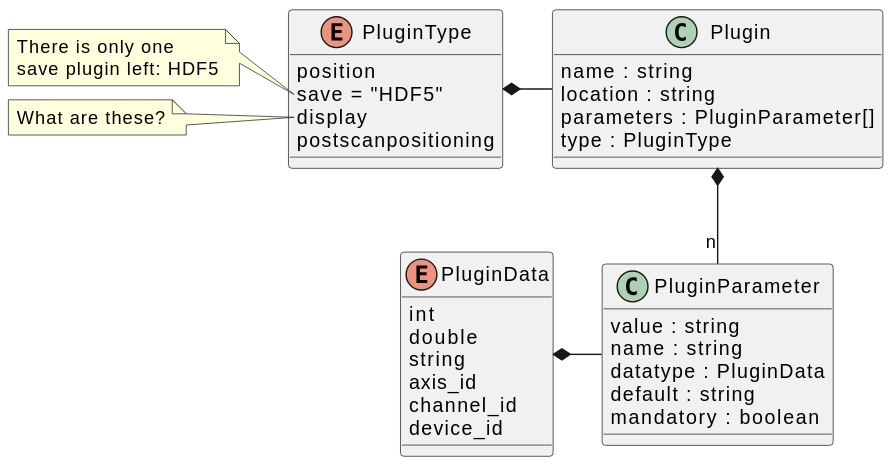
Above: docs/uml/evedata.scan.entities.plugin.svg in tillbiskup/evedata (PlantUML), before the change. The source it was exported from:
```plantuml
@startuml


class Plugin {
     name : string
     location : string
     parameters : PluginParameter[]
     type : PluginType
}

Plugin *-- "n" PluginParameter
PluginType *- Plugin

enum PluginType {
    position
    save = "HDF5"
    display
    postscanpositioning
}
note left of PluginType::save
    There is only one
    save plugin left: HDF5
end note
note left of PluginType::display
    What are these?
end note

enum PluginData {
    int
    double
    string
    axis_id
    channel_id
    device_id
}

class PluginParameter {
     value : string
     name : string
     datatype : PluginData
     default : string
     mandatory : boolean
}
PluginData *- PluginParameter
@enduml
```
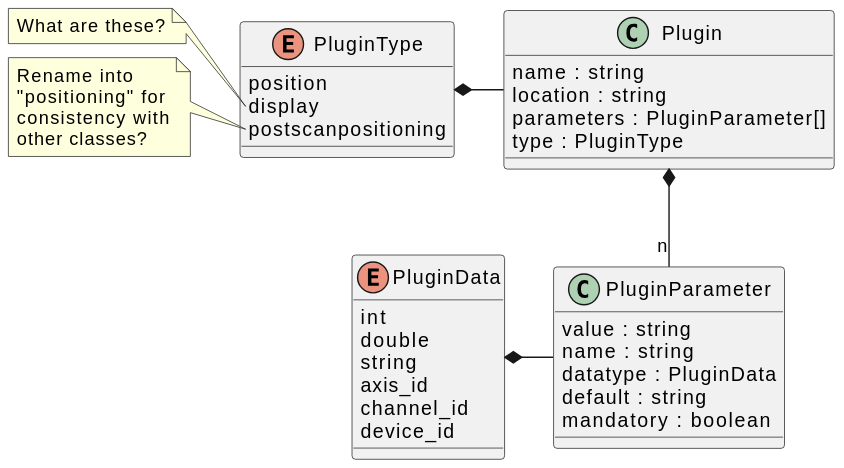
After the change.

What changed in the source:
```diff
@@ -13,16 +13,17 @@
 
 enum PluginType {
     position
-    save = "HDF5"
     display
     postscanpositioning
 }
-note left of PluginType::save
-    There is only one
-    save plugin left: HDF5
-end note
 note left of PluginType::display
     What are these?
+end note
+note left of PluginType::postscanpositioning
+    Rename into
+    "positioning" for
+    consistency with
+    other classes?
 end note
 
 enum PluginData {
```
